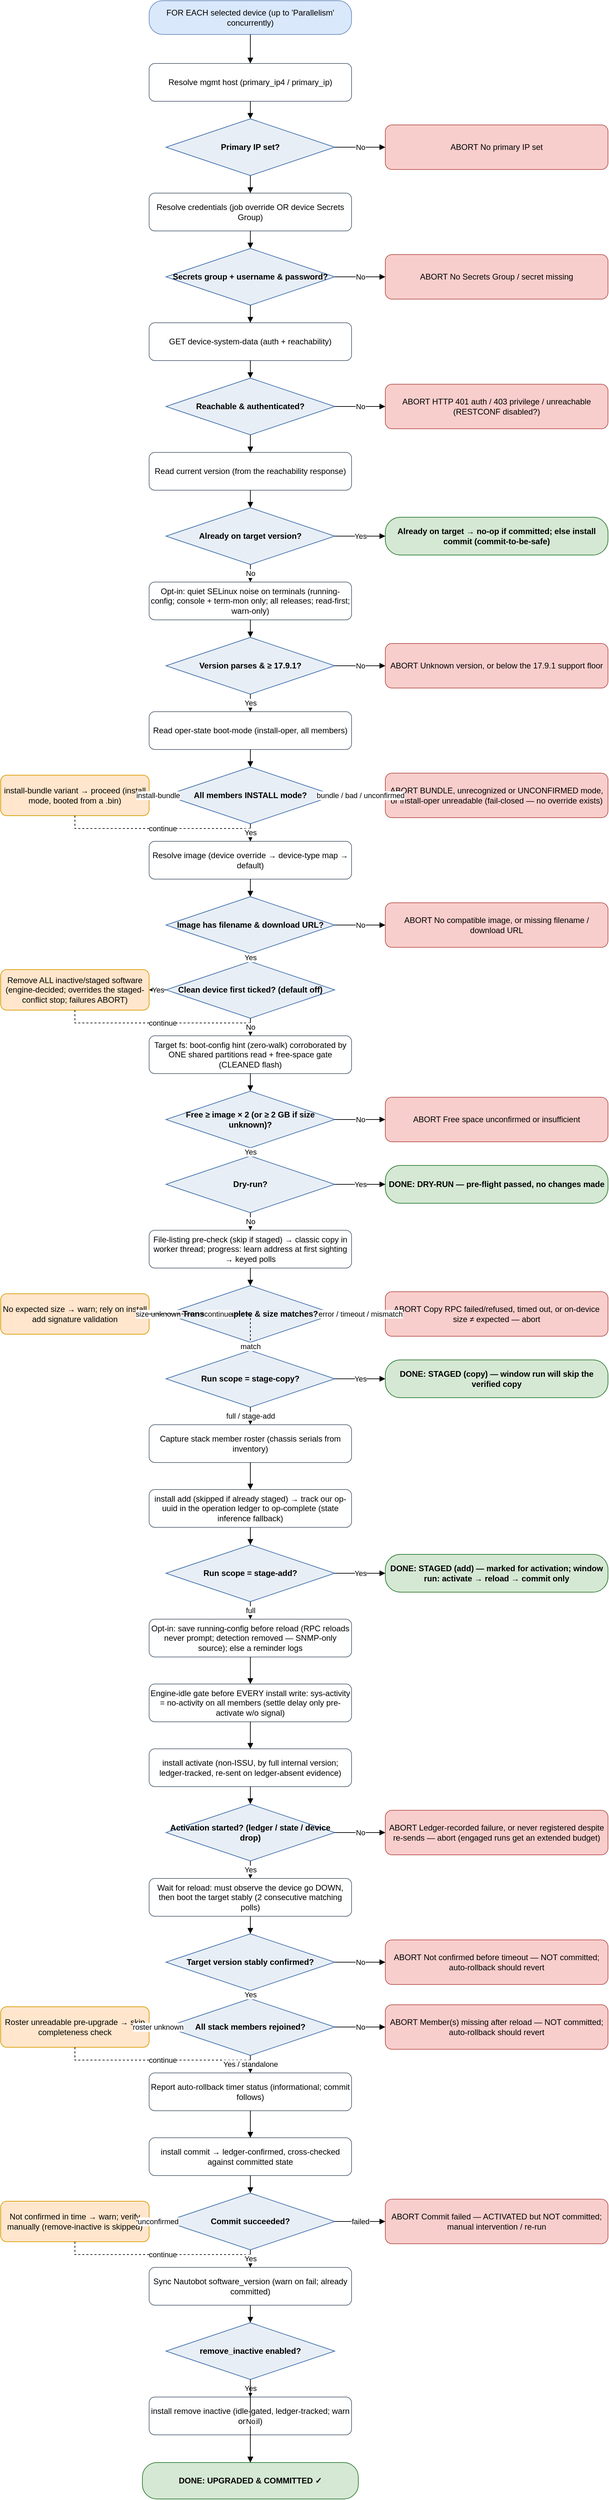
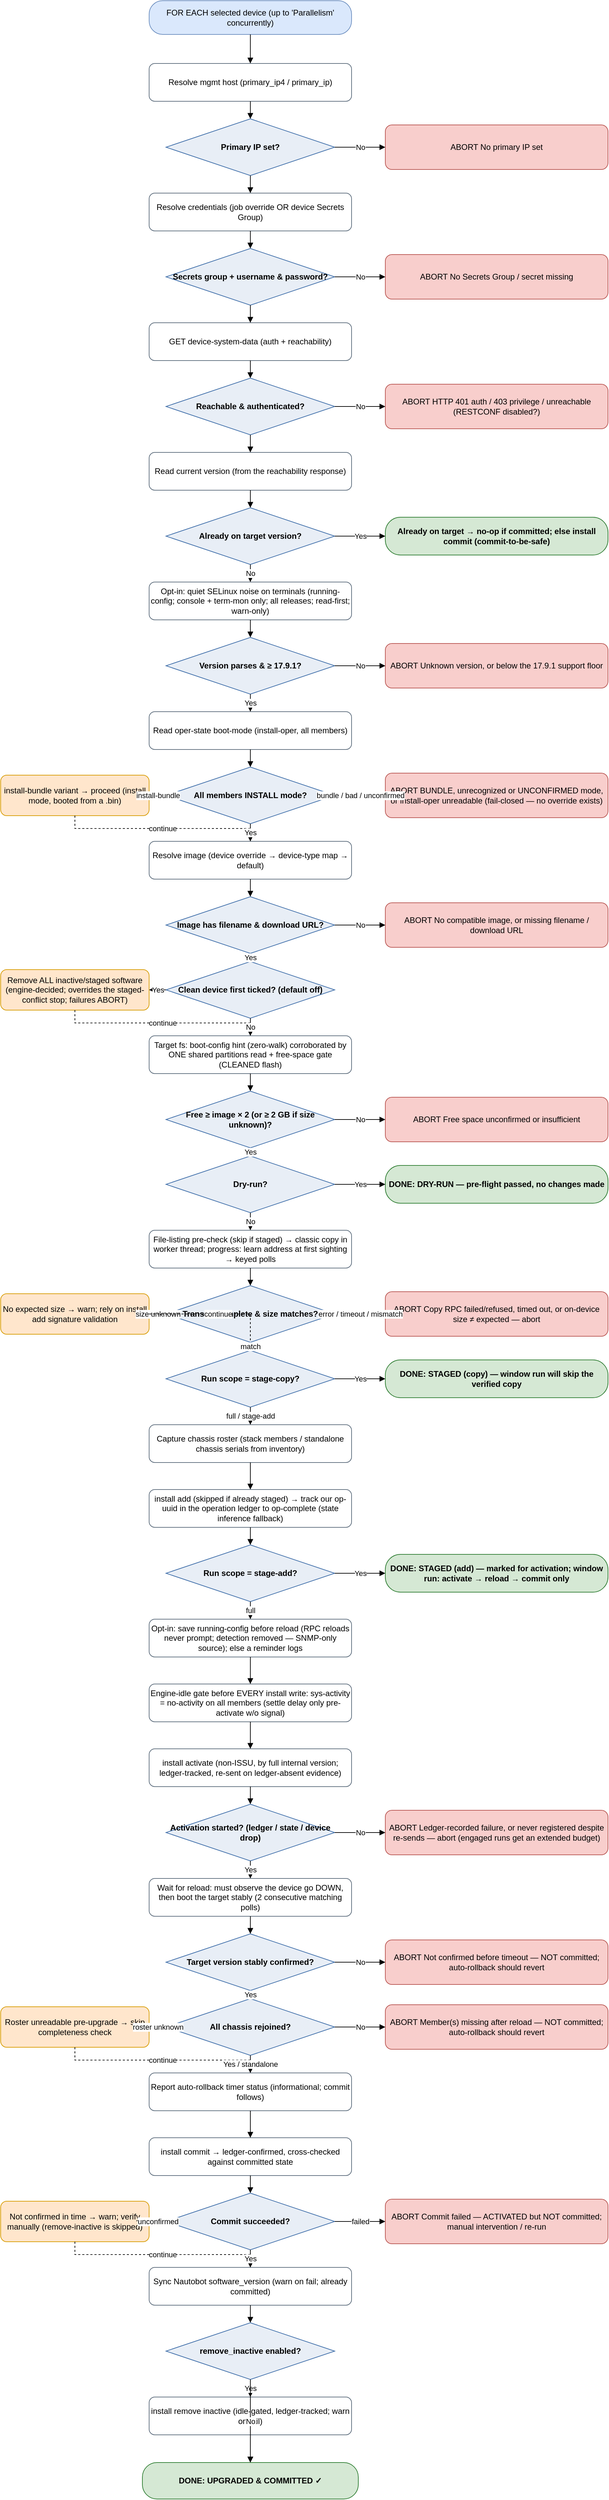
<mxfile host="app.diagrams.net" type="device">
  <diagram name="IOS-XE upgrade flow" id="iosxe-upgrade-flow">
    <mxGraphModel dx="1000" dy="2000" grid="1" gridSize="10" guides="1" tooltips="1"
        connect="1" arrows="1" fold="1" page="1" pageScale="1" math="0" shadow="0">
      <root>
        <mxCell id="0"/>
        <mxCell id="1" parent="0"/>
        <mxCell id="start" value="FOR EACH selected device&amp;#10;(up to &#x27;Parallelism&#x27; concurrently)" style="rounded=1;arcSize=40;whiteSpace=wrap;html=1;fillColor=#DAE8FC;strokeColor=#6C8EBF;" vertex="1" parent="1"><mxGeometry x="250" y="31" width="300" height="50" as="geometry"/></mxCell>
        <mxCell id="host" value="Resolve mgmt host&amp;#10;(primary_ip4 / primary_ip)" style="rounded=1;whiteSpace=wrap;html=1;fillColor=#FFFFFF;strokeColor=#5B6B7B;" vertex="1" parent="1"><mxGeometry x="250" y="124" width="300" height="56" as="geometry"/></mxCell>
        <mxCell id="d_ip" value="Primary IP set?" style="rhombus;whiteSpace=wrap;html=1;fillColor=#E8EEF6;strokeColor=#3C6CA8;fontStyle=1;" vertex="1" parent="1"><mxGeometry x="275" y="206" width="250" height="84" as="geometry"/></mxCell>
        <mxCell id="cred" value="Resolve credentials&amp;#10;(job override OR device Secrets Group)" style="rounded=1;whiteSpace=wrap;html=1;fillColor=#FFFFFF;strokeColor=#5B6B7B;" vertex="1" parent="1"><mxGeometry x="250" y="316" width="300" height="56" as="geometry"/></mxCell>
        <mxCell id="d_cred" value="Secrets group +&amp;#10;username &amp; password?" style="rhombus;whiteSpace=wrap;html=1;fillColor=#E8EEF6;strokeColor=#3C6CA8;fontStyle=1;" vertex="1" parent="1"><mxGeometry x="275" y="398" width="250" height="84" as="geometry"/></mxCell>
        <mxCell id="reach" value="GET device-system-data&amp;#10;(auth + reachability)" style="rounded=1;whiteSpace=wrap;html=1;fillColor=#FFFFFF;strokeColor=#5B6B7B;" vertex="1" parent="1"><mxGeometry x="250" y="508" width="300" height="56" as="geometry"/></mxCell>
        <mxCell id="d_reach" value="Reachable &amp;&amp;#10;authenticated?" style="rhombus;whiteSpace=wrap;html=1;fillColor=#E8EEF6;strokeColor=#3C6CA8;fontStyle=1;" vertex="1" parent="1"><mxGeometry x="275" y="590" width="250" height="84" as="geometry"/></mxCell>
        <mxCell id="curr" value="Read current version&amp;#10;(from the reachability response)" style="rounded=1;whiteSpace=wrap;html=1;fillColor=#FFFFFF;strokeColor=#5B6B7B;" vertex="1" parent="1"><mxGeometry x="250" y="700" width="300" height="56" as="geometry"/></mxCell>
        <mxCell id="d_target" value="Already on&amp;#10;target version?" style="rhombus;whiteSpace=wrap;html=1;fillColor=#E8EEF6;strokeColor=#3C6CA8;fontStyle=1;" vertex="1" parent="1"><mxGeometry x="275" y="782" width="250" height="84" as="geometry"/></mxCell>
        <mxCell id="avcsup" value="Opt-in: quiet SELinux noise on terminals&amp;#10;(running-config; console + term-mon only;&amp;#10;all releases; read-first; warn-only)" style="rounded=1;whiteSpace=wrap;html=1;fillColor=#FFFFFF;strokeColor=#5B6B7B;" vertex="1" parent="1"><mxGeometry x="250" y="892" width="300" height="56" as="geometry"/></mxCell>
        <mxCell id="d_floor" value="Version parses&amp;#10;&amp; ≥ 17.9.1?" style="rhombus;whiteSpace=wrap;html=1;fillColor=#E8EEF6;strokeColor=#3C6CA8;fontStyle=1;" vertex="1" parent="1"><mxGeometry x="275" y="974" width="250" height="84" as="geometry"/></mxCell>
        <mxCell id="mode" value="Read oper-state boot-mode&amp;#10;(install-oper, all members)" style="rounded=1;whiteSpace=wrap;html=1;fillColor=#FFFFFF;strokeColor=#5B6B7B;" vertex="1" parent="1"><mxGeometry x="250" y="1084" width="300" height="56" as="geometry"/></mxCell>
        <mxCell id="d_mode" value="All members&amp;#10;INSTALL mode?" style="rhombus;whiteSpace=wrap;html=1;fillColor=#E8EEF6;strokeColor=#3C6CA8;fontStyle=1;" vertex="1" parent="1"><mxGeometry x="275" y="1166" width="250" height="84" as="geometry"/></mxCell>
        <mxCell id="img" value="Resolve image (device override →&amp;#10;device-type map → default)" style="rounded=1;whiteSpace=wrap;html=1;fillColor=#FFFFFF;strokeColor=#5B6B7B;" vertex="1" parent="1"><mxGeometry x="250" y="1276" width="300" height="56" as="geometry"/></mxCell>
        <mxCell id="d_img" value="Image has filename&amp;#10;&amp; download URL?" style="rhombus;whiteSpace=wrap;html=1;fillColor=#E8EEF6;strokeColor=#3C6CA8;fontStyle=1;" vertex="1" parent="1"><mxGeometry x="275" y="1358" width="250" height="84" as="geometry"/></mxCell>
        <mxCell id="d_clean" value="Clean device first&amp;#10;ticked? (default off)" style="rhombus;whiteSpace=wrap;html=1;fillColor=#E8EEF6;strokeColor=#3C6CA8;fontStyle=1;" vertex="1" parent="1"><mxGeometry x="275" y="1454" width="250" height="84" as="geometry"/></mxCell>
        <mxCell id="space" value="Target fs: boot-config hint (zero-walk)&amp;#10;corroborated by ONE shared partitions read&amp;#10;+ free-space gate (CLEANED flash)" style="rounded=1;whiteSpace=wrap;html=1;fillColor=#FFFFFF;strokeColor=#5B6B7B;" vertex="1" parent="1"><mxGeometry x="250" y="1564" width="300" height="56" as="geometry"/></mxCell>
        <mxCell id="d_space" value="Free ≥ image × 2&amp;#10;(or ≥ 2 GB if size unknown)?" style="rhombus;whiteSpace=wrap;html=1;fillColor=#E8EEF6;strokeColor=#3C6CA8;fontStyle=1;" vertex="1" parent="1"><mxGeometry x="275" y="1646" width="250" height="84" as="geometry"/></mxCell>
        <mxCell id="d_dry" value="Dry-run?" style="rhombus;whiteSpace=wrap;html=1;fillColor=#E8EEF6;strokeColor=#3C6CA8;fontStyle=1;" vertex="1" parent="1"><mxGeometry x="275" y="1742" width="250" height="84" as="geometry"/></mxCell>
        <mxCell id="copy" value="File-listing pre-check (skip if staged) →&amp;#10;classic copy in worker thread; progress:&amp;#10;learn address at first sighting → keyed polls" style="rounded=1;whiteSpace=wrap;html=1;fillColor=#FFFFFF;strokeColor=#5B6B7B;" vertex="1" parent="1"><mxGeometry x="250" y="1852" width="300" height="56" as="geometry"/></mxCell>
        <mxCell id="d_size" value="Transfer complete&amp;#10;&amp; size matches?" style="rhombus;whiteSpace=wrap;html=1;fillColor=#E8EEF6;strokeColor=#3C6CA8;fontStyle=1;" vertex="1" parent="1"><mxGeometry x="275" y="1934" width="250" height="84" as="geometry"/></mxCell>
        <mxCell id="d_stagecopy" value="Run scope =&amp;#10;stage-copy?" style="rhombus;whiteSpace=wrap;html=1;fillColor=#E8EEF6;strokeColor=#3C6CA8;fontStyle=1;" vertex="1" parent="1"><mxGeometry x="275" y="2030" width="250" height="84" as="geometry"/></mxCell>
-         <mxCell id="roster" value="Capture stack member roster&amp;#10;(chassis serials from inventory)" style="rounded=1;whiteSpace=wrap;html=1;fillColor=#FFFFFF;strokeColor=#5B6B7B;" vertex="1" parent="1"><mxGeometry x="250" y="2140" width="300" height="56" as="geometry"/></mxCell>
+         <mxCell id="roster" value="Capture chassis roster (stack members /&amp;#10;standalone chassis serials from inventory)" style="rounded=1;whiteSpace=wrap;html=1;fillColor=#FFFFFF;strokeColor=#5B6B7B;" vertex="1" parent="1"><mxGeometry x="250" y="2140" width="300" height="56" as="geometry"/></mxCell>
        <mxCell id="add" value="install add (skipped if already staged) →&amp;#10;track our op-uuid in the operation ledger&amp;#10;to op-complete (state inference fallback)" style="rounded=1;whiteSpace=wrap;html=1;fillColor=#FFFFFF;strokeColor=#5B6B7B;" vertex="1" parent="1"><mxGeometry x="250" y="2236" width="300" height="56" as="geometry"/></mxCell>
        <mxCell id="d_stageadd" value="Run scope =&amp;#10;stage-add?" style="rhombus;whiteSpace=wrap;html=1;fillColor=#E8EEF6;strokeColor=#3C6CA8;fontStyle=1;" vertex="1" parent="1"><mxGeometry x="275" y="2318" width="250" height="84" as="geometry"/></mxCell>
        <mxCell id="cfgsync" value="Opt-in: save running-config before reload&amp;#10;(RPC reloads never prompt; detection removed&amp;#10;— SNMP-only source); else a reminder logs" style="rounded=1;whiteSpace=wrap;html=1;fillColor=#FFFFFF;strokeColor=#5B6B7B;" vertex="1" parent="1"><mxGeometry x="250" y="2428" width="300" height="56" as="geometry"/></mxCell>
        <mxCell id="idle" value="Engine-idle gate before EVERY install write:&amp;#10;sys-activity = no-activity on all members&amp;#10;(settle delay only pre-activate w/o signal)" style="rounded=1;whiteSpace=wrap;html=1;fillColor=#FFFFFF;strokeColor=#5B6B7B;" vertex="1" parent="1"><mxGeometry x="250" y="2524" width="300" height="56" as="geometry"/></mxCell>
        <mxCell id="act" value="install activate (non-ISSU, by full internal&amp;#10;version; ledger-tracked,&amp;#10;re-sent on ledger-absent evidence)" style="rounded=1;whiteSpace=wrap;html=1;fillColor=#FFFFFF;strokeColor=#5B6B7B;" vertex="1" parent="1"><mxGeometry x="250" y="2620" width="300" height="56" as="geometry"/></mxCell>
        <mxCell id="d_act" value="Activation started?&amp;#10;(ledger / state / device drop)" style="rhombus;whiteSpace=wrap;html=1;fillColor=#E8EEF6;strokeColor=#3C6CA8;fontStyle=1;" vertex="1" parent="1"><mxGeometry x="275" y="2702" width="250" height="84" as="geometry"/></mxCell>
        <mxCell id="waitc" value="Wait for reload: must observe the device&amp;#10;go DOWN, then boot the target stably&amp;#10;(2 consecutive matching polls)" style="rounded=1;whiteSpace=wrap;html=1;fillColor=#FFFFFF;strokeColor=#5B6B7B;" vertex="1" parent="1"><mxGeometry x="250" y="2812" width="300" height="56" as="geometry"/></mxCell>
        <mxCell id="d_confirm" value="Target version&amp;#10;stably confirmed?" style="rhombus;whiteSpace=wrap;html=1;fillColor=#E8EEF6;strokeColor=#3C6CA8;fontStyle=1;" vertex="1" parent="1"><mxGeometry x="275" y="2894" width="250" height="84" as="geometry"/></mxCell>
-         <mxCell id="d_members" value="All stack members&amp;#10;rejoined?" style="rhombus;whiteSpace=wrap;html=1;fillColor=#E8EEF6;strokeColor=#3C6CA8;fontStyle=1;" vertex="1" parent="1"><mxGeometry x="275" y="2990" width="250" height="84" as="geometry"/></mxCell>
+         <mxCell id="d_members" value="All chassis&amp;#10;rejoined?" style="rhombus;whiteSpace=wrap;html=1;fillColor=#E8EEF6;strokeColor=#3C6CA8;fontStyle=1;" vertex="1" parent="1"><mxGeometry x="275" y="2990" width="250" height="84" as="geometry"/></mxCell>
        <mxCell id="rollbackchk" value="Report auto-rollback timer status&amp;#10;(informational; commit follows)" style="rounded=1;whiteSpace=wrap;html=1;fillColor=#FFFFFF;strokeColor=#5B6B7B;" vertex="1" parent="1"><mxGeometry x="250" y="3100" width="300" height="56" as="geometry"/></mxCell>
        <mxCell id="commit" value="install commit → ledger-confirmed,&amp;#10;cross-checked against committed state" style="rounded=1;whiteSpace=wrap;html=1;fillColor=#FFFFFF;strokeColor=#5B6B7B;" vertex="1" parent="1"><mxGeometry x="250" y="3196" width="300" height="56" as="geometry"/></mxCell>
        <mxCell id="d_commit" value="Commit&amp;#10;succeeded?" style="rhombus;whiteSpace=wrap;html=1;fillColor=#E8EEF6;strokeColor=#3C6CA8;fontStyle=1;" vertex="1" parent="1"><mxGeometry x="275" y="3278" width="250" height="84" as="geometry"/></mxCell>
        <mxCell id="sync" value="Sync Nautobot software_version&amp;#10;(warn on fail; already committed)" style="rounded=1;whiteSpace=wrap;html=1;fillColor=#FFFFFF;strokeColor=#5B6B7B;" vertex="1" parent="1"><mxGeometry x="250" y="3388" width="300" height="56" as="geometry"/></mxCell>
        <mxCell id="d_remove" value="remove_inactive&amp;#10;enabled?" style="rhombus;whiteSpace=wrap;html=1;fillColor=#E8EEF6;strokeColor=#3C6CA8;fontStyle=1;" vertex="1" parent="1"><mxGeometry x="275" y="3470" width="250" height="84" as="geometry"/></mxCell>
        <mxCell id="remove" value="install remove inactive (idle-gated,&amp;#10;ledger-tracked; warn on fail)" style="rounded=1;whiteSpace=wrap;html=1;fillColor=#FFFFFF;strokeColor=#5B6B7B;" vertex="1" parent="1"><mxGeometry x="250" y="3580" width="300" height="56" as="geometry"/></mxCell>
        <mxCell id="ok" value="DONE: UPGRADED &amp; COMMITTED ✓" style="rounded=1;arcSize=40;whiteSpace=wrap;html=1;fillColor=#D5E8D4;strokeColor=#2E7D32;fontStyle=1;" vertex="1" parent="1"><mxGeometry x="240" y="3677" width="320" height="54" as="geometry"/></mxCell>
        <mxCell id="d_ip_abort" value="ABORT&amp;#10;No primary IP set" style="rounded=1;whiteSpace=wrap;html=1;fillColor=#F8CECC;strokeColor=#B85450;" vertex="1" parent="1"><mxGeometry x="600" y="215" width="330" height="66" as="geometry"/></mxCell>
        <mxCell id="d_cred_abort" value="ABORT&amp;#10;No Secrets Group / secret missing" style="rounded=1;whiteSpace=wrap;html=1;fillColor=#F8CECC;strokeColor=#B85450;" vertex="1" parent="1"><mxGeometry x="600" y="407" width="330" height="66" as="geometry"/></mxCell>
        <mxCell id="d_reach_abort" value="ABORT&amp;#10;HTTP 401 auth / 403 privilege /&amp;#10;unreachable (RESTCONF disabled?)" style="rounded=1;whiteSpace=wrap;html=1;fillColor=#F8CECC;strokeColor=#B85450;" vertex="1" parent="1"><mxGeometry x="600" y="599" width="330" height="66" as="geometry"/></mxCell>
        <mxCell id="d_target_ok" value="Already on target → no-op if committed;&amp;#10;else install commit (commit-to-be-safe)" style="rounded=1;arcSize=40;whiteSpace=wrap;html=1;fillColor=#D5E8D4;strokeColor=#2E7D32;fontStyle=1;" vertex="1" parent="1"><mxGeometry x="600" y="796" width="330" height="56" as="geometry"/></mxCell>
        <mxCell id="d_floor_abort" value="ABORT&amp;#10;Unknown version, or below the&amp;#10;17.9.1 support floor" style="rounded=1;whiteSpace=wrap;html=1;fillColor=#F8CECC;strokeColor=#B85450;" vertex="1" parent="1"><mxGeometry x="600" y="983" width="330" height="66" as="geometry"/></mxCell>
        <mxCell id="d_mode_abort" value="ABORT&amp;#10;BUNDLE, unrecognized or UNCONFIRMED&amp;#10;mode, or install-oper unreadable&amp;#10;(fail-closed — no override exists)" style="rounded=1;whiteSpace=wrap;html=1;fillColor=#F8CECC;strokeColor=#B85450;" vertex="1" parent="1"><mxGeometry x="600" y="1175" width="330" height="66" as="geometry"/></mxCell>
        <mxCell id="d_mode_warn" value="install-bundle variant → proceed&amp;#10;(install mode, booted from a .bin)" style="rounded=1;whiteSpace=wrap;html=1;fillColor=#FFE6CC;strokeColor=#D79B00;" vertex="1" parent="1"><mxGeometry x="30" y="1178" width="220" height="60" as="geometry"/></mxCell>
        <mxCell id="d_img_abort" value="ABORT&amp;#10;No compatible image, or missing&amp;#10;filename / download URL" style="rounded=1;whiteSpace=wrap;html=1;fillColor=#F8CECC;strokeColor=#B85450;" vertex="1" parent="1"><mxGeometry x="600" y="1367" width="330" height="66" as="geometry"/></mxCell>
        <mxCell id="d_clean_warn" value="Remove ALL inactive/staged software&amp;#10;(engine-decided; overrides the staged-&amp;#10;conflict stop; failures ABORT)" style="rounded=1;whiteSpace=wrap;html=1;fillColor=#FFE6CC;strokeColor=#D79B00;" vertex="1" parent="1"><mxGeometry x="30" y="1466" width="220" height="60" as="geometry"/></mxCell>
        <mxCell id="d_space_abort" value="ABORT&amp;#10;Free space unconfirmed or&amp;#10;insufficient" style="rounded=1;whiteSpace=wrap;html=1;fillColor=#F8CECC;strokeColor=#B85450;" vertex="1" parent="1"><mxGeometry x="600" y="1655" width="330" height="66" as="geometry"/></mxCell>
        <mxCell id="d_dry_ok" value="DONE: DRY-RUN — pre-flight&amp;#10;passed, no changes made" style="rounded=1;arcSize=40;whiteSpace=wrap;html=1;fillColor=#D5E8D4;strokeColor=#2E7D32;fontStyle=1;" vertex="1" parent="1"><mxGeometry x="600" y="1756" width="330" height="56" as="geometry"/></mxCell>
        <mxCell id="d_size_abort" value="ABORT&amp;#10;Copy RPC failed/refused, timed out,&amp;#10;or on-device size ≠ expected — abort" style="rounded=1;whiteSpace=wrap;html=1;fillColor=#F8CECC;strokeColor=#B85450;" vertex="1" parent="1"><mxGeometry x="600" y="1943" width="330" height="66" as="geometry"/></mxCell>
        <mxCell id="d_size_warn" value="No expected size → warn; rely on&amp;#10;install add signature validation" style="rounded=1;whiteSpace=wrap;html=1;fillColor=#FFE6CC;strokeColor=#D79B00;" vertex="1" parent="1"><mxGeometry x="30" y="1946" width="220" height="60" as="geometry"/></mxCell>
        <mxCell id="d_stagecopy_ok" value="DONE: STAGED (copy) — window run&amp;#10;will skip the verified copy" style="rounded=1;arcSize=40;whiteSpace=wrap;html=1;fillColor=#D5E8D4;strokeColor=#2E7D32;fontStyle=1;" vertex="1" parent="1"><mxGeometry x="600" y="2044" width="330" height="56" as="geometry"/></mxCell>
        <mxCell id="d_stageadd_ok" value="DONE: STAGED (add) — marked for&amp;#10;activation; window run: activate →&amp;#10;reload → commit only" style="rounded=1;arcSize=40;whiteSpace=wrap;html=1;fillColor=#D5E8D4;strokeColor=#2E7D32;fontStyle=1;" vertex="1" parent="1"><mxGeometry x="600" y="2332" width="330" height="56" as="geometry"/></mxCell>
        <mxCell id="d_act_abort" value="ABORT&amp;#10;Ledger-recorded failure, or never&amp;#10;registered despite re-sends — abort&amp;#10;(engaged runs get an extended budget)" style="rounded=1;whiteSpace=wrap;html=1;fillColor=#F8CECC;strokeColor=#B85450;" vertex="1" parent="1"><mxGeometry x="600" y="2711" width="330" height="66" as="geometry"/></mxCell>
        <mxCell id="d_confirm_abort" value="ABORT&amp;#10;Not confirmed before timeout — NOT&amp;#10;committed; auto-rollback should revert" style="rounded=1;whiteSpace=wrap;html=1;fillColor=#F8CECC;strokeColor=#B85450;" vertex="1" parent="1"><mxGeometry x="600" y="2903" width="330" height="66" as="geometry"/></mxCell>
        <mxCell id="d_members_abort" value="ABORT&amp;#10;Member(s) missing after reload — NOT&amp;#10;committed; auto-rollback should revert" style="rounded=1;whiteSpace=wrap;html=1;fillColor=#F8CECC;strokeColor=#B85450;" vertex="1" parent="1"><mxGeometry x="600" y="2999" width="330" height="66" as="geometry"/></mxCell>
        <mxCell id="d_members_warn" value="Roster unreadable pre-upgrade →&amp;#10;skip completeness check" style="rounded=1;whiteSpace=wrap;html=1;fillColor=#FFE6CC;strokeColor=#D79B00;" vertex="1" parent="1"><mxGeometry x="30" y="3002" width="220" height="60" as="geometry"/></mxCell>
        <mxCell id="d_commit_abort" value="ABORT&amp;#10;Commit failed — ACTIVATED but NOT&amp;#10;committed; manual intervention / re-run" style="rounded=1;whiteSpace=wrap;html=1;fillColor=#F8CECC;strokeColor=#B85450;" vertex="1" parent="1"><mxGeometry x="600" y="3287" width="330" height="66" as="geometry"/></mxCell>
        <mxCell id="d_commit_warn" value="Not confirmed in time → warn;&amp;#10;verify manually (remove-inactive&amp;#10;is skipped)" style="rounded=1;whiteSpace=wrap;html=1;fillColor=#FFE6CC;strokeColor=#D79B00;" vertex="1" parent="1"><mxGeometry x="30" y="3290" width="220" height="60" as="geometry"/></mxCell>
        <mxCell id="e_d_ip_abort" value="No" style="edgeStyle=orthogonalEdgeStyle;rounded=0;html=1;endArrow=block;" edge="1" parent="1" source="d_ip" target="d_ip_abort"><mxGeometry relative="1" as="geometry"/></mxCell>
        <mxCell id="e_d_cred_abort" value="No" style="edgeStyle=orthogonalEdgeStyle;rounded=0;html=1;endArrow=block;" edge="1" parent="1" source="d_cred" target="d_cred_abort"><mxGeometry relative="1" as="geometry"/></mxCell>
        <mxCell id="e_d_reach_abort" value="No" style="edgeStyle=orthogonalEdgeStyle;rounded=0;html=1;endArrow=block;" edge="1" parent="1" source="d_reach" target="d_reach_abort"><mxGeometry relative="1" as="geometry"/></mxCell>
        <mxCell id="e_d_target_ok" value="Yes" style="edgeStyle=orthogonalEdgeStyle;rounded=0;html=1;endArrow=block;" edge="1" parent="1" source="d_target" target="d_target_ok"><mxGeometry relative="1" as="geometry"/></mxCell>
        <mxCell id="e_d_floor_abort" value="No" style="edgeStyle=orthogonalEdgeStyle;rounded=0;html=1;endArrow=block;" edge="1" parent="1" source="d_floor" target="d_floor_abort"><mxGeometry relative="1" as="geometry"/></mxCell>
        <mxCell id="e_d_mode_abort" value="bundle / bad /
unconfirmed" style="edgeStyle=orthogonalEdgeStyle;rounded=0;html=1;endArrow=block;" edge="1" parent="1" source="d_mode" target="d_mode_abort"><mxGeometry relative="1" as="geometry"/></mxCell>
        <mxCell id="e_d_mode_warn" value="install-bundle" style="edgeStyle=orthogonalEdgeStyle;rounded=0;html=1;endArrow=block;" edge="1" parent="1" source="d_mode" target="d_mode_warn"><mxGeometry relative="1" as="geometry"/></mxCell>
        <mxCell id="e_d_mode_warn_join" value="continue" style="edgeStyle=orthogonalEdgeStyle;rounded=0;html=1;endArrow=block;dashed=1;" edge="1" parent="1" source="d_mode_warn" target="img"><mxGeometry relative="1" as="geometry"/></mxCell>
        <mxCell id="e_d_img_abort" value="No" style="edgeStyle=orthogonalEdgeStyle;rounded=0;html=1;endArrow=block;" edge="1" parent="1" source="d_img" target="d_img_abort"><mxGeometry relative="1" as="geometry"/></mxCell>
        <mxCell id="e_d_clean_warn" value="Yes" style="edgeStyle=orthogonalEdgeStyle;rounded=0;html=1;endArrow=block;" edge="1" parent="1" source="d_clean" target="d_clean_warn"><mxGeometry relative="1" as="geometry"/></mxCell>
        <mxCell id="e_d_clean_warn_join" value="continue" style="edgeStyle=orthogonalEdgeStyle;rounded=0;html=1;endArrow=block;dashed=1;" edge="1" parent="1" source="d_clean_warn" target="space"><mxGeometry relative="1" as="geometry"/></mxCell>
        <mxCell id="e_d_space_abort" value="No" style="edgeStyle=orthogonalEdgeStyle;rounded=0;html=1;endArrow=block;" edge="1" parent="1" source="d_space" target="d_space_abort"><mxGeometry relative="1" as="geometry"/></mxCell>
        <mxCell id="e_d_dry_ok" value="Yes" style="edgeStyle=orthogonalEdgeStyle;rounded=0;html=1;endArrow=block;" edge="1" parent="1" source="d_dry" target="d_dry_ok"><mxGeometry relative="1" as="geometry"/></mxCell>
        <mxCell id="e_d_size_abort" value="error / timeout /
mismatch" style="edgeStyle=orthogonalEdgeStyle;rounded=0;html=1;endArrow=block;" edge="1" parent="1" source="d_size" target="d_size_abort"><mxGeometry relative="1" as="geometry"/></mxCell>
        <mxCell id="e_d_size_warn" value="size unknown" style="edgeStyle=orthogonalEdgeStyle;rounded=0;html=1;endArrow=block;" edge="1" parent="1" source="d_size" target="d_size_warn"><mxGeometry relative="1" as="geometry"/></mxCell>
        <mxCell id="e_d_size_warn_join" value="continue" style="edgeStyle=orthogonalEdgeStyle;rounded=0;html=1;endArrow=block;dashed=1;" edge="1" parent="1" source="d_size_warn" target="d_stagecopy"><mxGeometry relative="1" as="geometry"/></mxCell>
        <mxCell id="e_d_stagecopy_ok" value="Yes" style="edgeStyle=orthogonalEdgeStyle;rounded=0;html=1;endArrow=block;" edge="1" parent="1" source="d_stagecopy" target="d_stagecopy_ok"><mxGeometry relative="1" as="geometry"/></mxCell>
        <mxCell id="e_d_stageadd_ok" value="Yes" style="edgeStyle=orthogonalEdgeStyle;rounded=0;html=1;endArrow=block;" edge="1" parent="1" source="d_stageadd" target="d_stageadd_ok"><mxGeometry relative="1" as="geometry"/></mxCell>
        <mxCell id="e_d_act_abort" value="No" style="edgeStyle=orthogonalEdgeStyle;rounded=0;html=1;endArrow=block;" edge="1" parent="1" source="d_act" target="d_act_abort"><mxGeometry relative="1" as="geometry"/></mxCell>
        <mxCell id="e_d_confirm_abort" value="No" style="edgeStyle=orthogonalEdgeStyle;rounded=0;html=1;endArrow=block;" edge="1" parent="1" source="d_confirm" target="d_confirm_abort"><mxGeometry relative="1" as="geometry"/></mxCell>
        <mxCell id="e_d_members_abort" value="No" style="edgeStyle=orthogonalEdgeStyle;rounded=0;html=1;endArrow=block;" edge="1" parent="1" source="d_members" target="d_members_abort"><mxGeometry relative="1" as="geometry"/></mxCell>
        <mxCell id="e_d_members_warn" value="roster unknown" style="edgeStyle=orthogonalEdgeStyle;rounded=0;html=1;endArrow=block;" edge="1" parent="1" source="d_members" target="d_members_warn"><mxGeometry relative="1" as="geometry"/></mxCell>
        <mxCell id="e_d_members_warn_join" value="continue" style="edgeStyle=orthogonalEdgeStyle;rounded=0;html=1;endArrow=block;dashed=1;" edge="1" parent="1" source="d_members_warn" target="rollbackchk"><mxGeometry relative="1" as="geometry"/></mxCell>
        <mxCell id="e_d_commit_abort" value="failed" style="edgeStyle=orthogonalEdgeStyle;rounded=0;html=1;endArrow=block;" edge="1" parent="1" source="d_commit" target="d_commit_abort"><mxGeometry relative="1" as="geometry"/></mxCell>
        <mxCell id="e_d_commit_warn" value="unconfirmed" style="edgeStyle=orthogonalEdgeStyle;rounded=0;html=1;endArrow=block;" edge="1" parent="1" source="d_commit" target="d_commit_warn"><mxGeometry relative="1" as="geometry"/></mxCell>
        <mxCell id="e_d_commit_warn_join" value="continue" style="edgeStyle=orthogonalEdgeStyle;rounded=0;html=1;endArrow=block;dashed=1;" edge="1" parent="1" source="d_commit_warn" target="sync"><mxGeometry relative="1" as="geometry"/></mxCell>
        <mxCell id="e_start_host" value="" style="edgeStyle=orthogonalEdgeStyle;rounded=0;html=1;endArrow=block;" edge="1" parent="1" source="start" target="host"><mxGeometry relative="1" as="geometry"/></mxCell>
        <mxCell id="e_host_d_ip" value="" style="edgeStyle=orthogonalEdgeStyle;rounded=0;html=1;endArrow=block;" edge="1" parent="1" source="host" target="d_ip"><mxGeometry relative="1" as="geometry"/></mxCell>
        <mxCell id="e_d_ip_cred" value="" style="edgeStyle=orthogonalEdgeStyle;rounded=0;html=1;endArrow=block;" edge="1" parent="1" source="d_ip" target="cred"><mxGeometry relative="1" as="geometry"/></mxCell>
        <mxCell id="e_cred_d_cred" value="" style="edgeStyle=orthogonalEdgeStyle;rounded=0;html=1;endArrow=block;" edge="1" parent="1" source="cred" target="d_cred"><mxGeometry relative="1" as="geometry"/></mxCell>
        <mxCell id="e_d_cred_reach" value="" style="edgeStyle=orthogonalEdgeStyle;rounded=0;html=1;endArrow=block;" edge="1" parent="1" source="d_cred" target="reach"><mxGeometry relative="1" as="geometry"/></mxCell>
        <mxCell id="e_reach_d_reach" value="" style="edgeStyle=orthogonalEdgeStyle;rounded=0;html=1;endArrow=block;" edge="1" parent="1" source="reach" target="d_reach"><mxGeometry relative="1" as="geometry"/></mxCell>
        <mxCell id="e_d_reach_curr" value="" style="edgeStyle=orthogonalEdgeStyle;rounded=0;html=1;endArrow=block;" edge="1" parent="1" source="d_reach" target="curr"><mxGeometry relative="1" as="geometry"/></mxCell>
        <mxCell id="e_curr_d_target" value="" style="edgeStyle=orthogonalEdgeStyle;rounded=0;html=1;endArrow=block;" edge="1" parent="1" source="curr" target="d_target"><mxGeometry relative="1" as="geometry"/></mxCell>
        <mxCell id="e_d_target_avcsup" value="No" style="edgeStyle=orthogonalEdgeStyle;rounded=0;html=1;endArrow=block;" edge="1" parent="1" source="d_target" target="avcsup"><mxGeometry relative="1" as="geometry"/></mxCell>
        <mxCell id="e_avcsup_d_floor" value="" style="edgeStyle=orthogonalEdgeStyle;rounded=0;html=1;endArrow=block;" edge="1" parent="1" source="avcsup" target="d_floor"><mxGeometry relative="1" as="geometry"/></mxCell>
        <mxCell id="e_d_floor_mode" value="Yes" style="edgeStyle=orthogonalEdgeStyle;rounded=0;html=1;endArrow=block;" edge="1" parent="1" source="d_floor" target="mode"><mxGeometry relative="1" as="geometry"/></mxCell>
        <mxCell id="e_mode_d_mode" value="" style="edgeStyle=orthogonalEdgeStyle;rounded=0;html=1;endArrow=block;" edge="1" parent="1" source="mode" target="d_mode"><mxGeometry relative="1" as="geometry"/></mxCell>
        <mxCell id="e_d_mode_img" value="Yes" style="edgeStyle=orthogonalEdgeStyle;rounded=0;html=1;endArrow=block;" edge="1" parent="1" source="d_mode" target="img"><mxGeometry relative="1" as="geometry"/></mxCell>
        <mxCell id="e_img_d_img" value="" style="edgeStyle=orthogonalEdgeStyle;rounded=0;html=1;endArrow=block;" edge="1" parent="1" source="img" target="d_img"><mxGeometry relative="1" as="geometry"/></mxCell>
        <mxCell id="e_d_img_d_clean" value="Yes" style="edgeStyle=orthogonalEdgeStyle;rounded=0;html=1;endArrow=block;" edge="1" parent="1" source="d_img" target="d_clean"><mxGeometry relative="1" as="geometry"/></mxCell>
        <mxCell id="e_d_clean_space" value="No" style="edgeStyle=orthogonalEdgeStyle;rounded=0;html=1;endArrow=block;" edge="1" parent="1" source="d_clean" target="space"><mxGeometry relative="1" as="geometry"/></mxCell>
        <mxCell id="e_space_d_space" value="" style="edgeStyle=orthogonalEdgeStyle;rounded=0;html=1;endArrow=block;" edge="1" parent="1" source="space" target="d_space"><mxGeometry relative="1" as="geometry"/></mxCell>
        <mxCell id="e_d_space_d_dry" value="Yes" style="edgeStyle=orthogonalEdgeStyle;rounded=0;html=1;endArrow=block;" edge="1" parent="1" source="d_space" target="d_dry"><mxGeometry relative="1" as="geometry"/></mxCell>
        <mxCell id="e_d_dry_copy" value="No" style="edgeStyle=orthogonalEdgeStyle;rounded=0;html=1;endArrow=block;" edge="1" parent="1" source="d_dry" target="copy"><mxGeometry relative="1" as="geometry"/></mxCell>
        <mxCell id="e_copy_d_size" value="" style="edgeStyle=orthogonalEdgeStyle;rounded=0;html=1;endArrow=block;" edge="1" parent="1" source="copy" target="d_size"><mxGeometry relative="1" as="geometry"/></mxCell>
        <mxCell id="e_d_size_d_stagecopy" value="match" style="edgeStyle=orthogonalEdgeStyle;rounded=0;html=1;endArrow=block;" edge="1" parent="1" source="d_size" target="d_stagecopy"><mxGeometry relative="1" as="geometry"/></mxCell>
        <mxCell id="e_d_stagecopy_roster" value="full / stage-add" style="edgeStyle=orthogonalEdgeStyle;rounded=0;html=1;endArrow=block;" edge="1" parent="1" source="d_stagecopy" target="roster"><mxGeometry relative="1" as="geometry"/></mxCell>
        <mxCell id="e_roster_add" value="" style="edgeStyle=orthogonalEdgeStyle;rounded=0;html=1;endArrow=block;" edge="1" parent="1" source="roster" target="add"><mxGeometry relative="1" as="geometry"/></mxCell>
        <mxCell id="e_add_d_stageadd" value="" style="edgeStyle=orthogonalEdgeStyle;rounded=0;html=1;endArrow=block;" edge="1" parent="1" source="add" target="d_stageadd"><mxGeometry relative="1" as="geometry"/></mxCell>
        <mxCell id="e_d_stageadd_cfgsync" value="full" style="edgeStyle=orthogonalEdgeStyle;rounded=0;html=1;endArrow=block;" edge="1" parent="1" source="d_stageadd" target="cfgsync"><mxGeometry relative="1" as="geometry"/></mxCell>
        <mxCell id="e_cfgsync_idle" value="" style="edgeStyle=orthogonalEdgeStyle;rounded=0;html=1;endArrow=block;" edge="1" parent="1" source="cfgsync" target="idle"><mxGeometry relative="1" as="geometry"/></mxCell>
        <mxCell id="e_idle_act" value="" style="edgeStyle=orthogonalEdgeStyle;rounded=0;html=1;endArrow=block;" edge="1" parent="1" source="idle" target="act"><mxGeometry relative="1" as="geometry"/></mxCell>
        <mxCell id="e_act_d_act" value="" style="edgeStyle=orthogonalEdgeStyle;rounded=0;html=1;endArrow=block;" edge="1" parent="1" source="act" target="d_act"><mxGeometry relative="1" as="geometry"/></mxCell>
        <mxCell id="e_d_act_waitc" value="Yes" style="edgeStyle=orthogonalEdgeStyle;rounded=0;html=1;endArrow=block;" edge="1" parent="1" source="d_act" target="waitc"><mxGeometry relative="1" as="geometry"/></mxCell>
        <mxCell id="e_waitc_d_confirm" value="" style="edgeStyle=orthogonalEdgeStyle;rounded=0;html=1;endArrow=block;" edge="1" parent="1" source="waitc" target="d_confirm"><mxGeometry relative="1" as="geometry"/></mxCell>
        <mxCell id="e_d_confirm_d_members" value="Yes" style="edgeStyle=orthogonalEdgeStyle;rounded=0;html=1;endArrow=block;" edge="1" parent="1" source="d_confirm" target="d_members"><mxGeometry relative="1" as="geometry"/></mxCell>
        <mxCell id="e_d_members_rollbackchk" value="Yes / standalone" style="edgeStyle=orthogonalEdgeStyle;rounded=0;html=1;endArrow=block;" edge="1" parent="1" source="d_members" target="rollbackchk"><mxGeometry relative="1" as="geometry"/></mxCell>
        <mxCell id="e_rollbackchk_commit" value="" style="edgeStyle=orthogonalEdgeStyle;rounded=0;html=1;endArrow=block;" edge="1" parent="1" source="rollbackchk" target="commit"><mxGeometry relative="1" as="geometry"/></mxCell>
        <mxCell id="e_commit_d_commit" value="" style="edgeStyle=orthogonalEdgeStyle;rounded=0;html=1;endArrow=block;" edge="1" parent="1" source="commit" target="d_commit"><mxGeometry relative="1" as="geometry"/></mxCell>
        <mxCell id="e_d_commit_sync" value="Yes" style="edgeStyle=orthogonalEdgeStyle;rounded=0;html=1;endArrow=block;" edge="1" parent="1" source="d_commit" target="sync"><mxGeometry relative="1" as="geometry"/></mxCell>
        <mxCell id="e_sync_d_remove" value="" style="edgeStyle=orthogonalEdgeStyle;rounded=0;html=1;endArrow=block;" edge="1" parent="1" source="sync" target="d_remove"><mxGeometry relative="1" as="geometry"/></mxCell>
        <mxCell id="e_remove_yes" value="Yes" style="edgeStyle=orthogonalEdgeStyle;rounded=0;html=1;endArrow=block;" edge="1" parent="1" source="d_remove" target="remove"><mxGeometry relative="1" as="geometry"/></mxCell>
        <mxCell id="e_remove_ok" value="" style="edgeStyle=orthogonalEdgeStyle;rounded=0;html=1;endArrow=block;" edge="1" parent="1" source="remove" target="ok"><mxGeometry relative="1" as="geometry"/></mxCell>
        <mxCell id="e_remove_no" value="No" style="edgeStyle=orthogonalEdgeStyle;rounded=0;html=1;endArrow=block;" edge="1" parent="1" source="d_remove" target="ok"><mxGeometry relative="1" as="geometry"/></mxCell>
      </root>
    </mxGraphModel>
  </diagram>
</mxfile>
